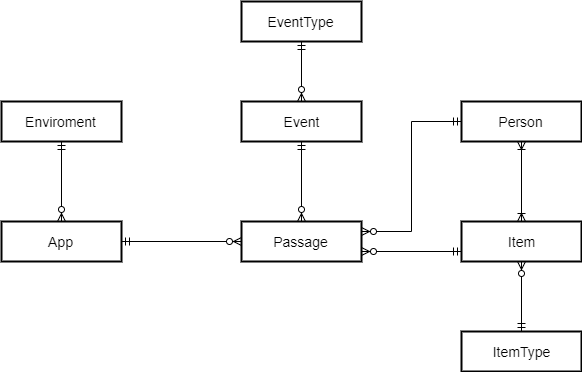
Above: documentation/models/db_model-ER.png in apm1005/TFG (draw.io), before the change. Source tidied: cells renumbered, new cells last; positions are measured from the earlier drawing's top-left corner, leaving out a move shared by most shapes. The source it was exported from:
```xml
<mxGraphModel background="#ffffff">
  <root>
    <mxCell id="0" />
    <mxCell id="1" parent="0" />
    <mxCell id="2" style="edgeStyle=orthogonalEdgeStyle;html=1;entryX=0.5;entryY=0;dashed=1;labelBackgroundColor=none;startArrow=ERmandOne;endArrow=ERoneToMany;fontFamily=Verdana;fontSize=12;align=left;" parent="1" edge="1">
      <mxGeometry relative="1" as="geometry">
        <mxPoint x="492" y="240" as="targetPoint" />
      </mxGeometry>
    </mxCell>
    <mxCell id="3" style="edgeStyle=orthogonalEdgeStyle;html=1;dashed=1;labelBackgroundColor=none;startArrow=ERmandOne;endArrow=ERoneToMany;fontFamily=Verdana;fontSize=12;align=left;entryX=0;entryY=0.5;" parent="1" edge="1">
      <mxGeometry relative="1" as="geometry">
        <mxPoint x="772" y="292" as="targetPoint" />
        <Array as="points">
          <mxPoint x="530" y="220" />
          <mxPoint x="650" y="220" />
          <mxPoint x="650" y="285" />
        </Array>
      </mxGeometry>
    </mxCell>
    <mxCell id="4" style="edgeStyle=orthogonalEdgeStyle;html=1;dashed=1;labelBackgroundColor=none;startArrow=ERmandOne;endArrow=ERoneToMany;fontFamily=Verdana;fontSize=12;align=left;" parent="1" edge="1">
      <mxGeometry relative="1" as="geometry">
        <mxPoint x="770" y="96" as="targetPoint" />
      </mxGeometry>
    </mxCell>
    <mxCell id="5" style="edgeStyle=orthogonalEdgeStyle;html=1;entryX=0.5;entryY=0;labelBackgroundColor=none;startArrow=ERmandOne;endArrow=ERoneToMany;fontFamily=Verdana;fontSize=12;align=left;dashed=1;" parent="1" edge="1">
      <mxGeometry relative="1" as="geometry">
        <mxPoint x="492" y="640" as="targetPoint" />
      </mxGeometry>
    </mxCell>
    <mxCell id="6" style="edgeStyle=orthogonalEdgeStyle;html=1;entryX=0.5;entryY=0;dashed=1;labelBackgroundColor=none;startArrow=ERmandOne;endArrow=ERoneToMany;fontFamily=Verdana;fontSize=12;align=left;" parent="1" edge="1">
      <mxGeometry relative="1" as="geometry">
        <mxPoint x="860" y="410" as="sourcePoint" />
      </mxGeometry>
    </mxCell>
    <mxCell id="7" style="edgeStyle=orthogonalEdgeStyle;rounded=0;jettySize=auto;html=1;exitX=0.5;exitY=1;exitDx=0;exitDy=0;entryX=0.5;entryY=0;entryDx=0;entryDy=0;startArrow=ERmandOne;startFill=0;endArrow=ERzeroToMany;endFill=1;" parent="1" edge="1" source="9" target="14">
      <mxGeometry relative="1" as="geometry" />
    </mxCell>
    <mxCell id="8" style="edgeStyle=orthogonalEdgeStyle;rounded=0;jettySize=auto;html=1;exitX=0.5;exitY=0;exitDx=0;exitDy=0;entryX=0.5;entryY=1;entryDx=0;entryDy=0;startArrow=ERzeroToMany;startFill=1;endArrow=ERmandOne;endFill=0;" parent="1" edge="1" source="9" target="13">
      <mxGeometry relative="1" as="geometry" />
    </mxCell>
    <mxCell id="9" value="Event" style="strokeWidth=2;whiteSpace=wrap;html=1;align=center;fontSize=14;" parent="1" vertex="1">
      <mxGeometry x="240" y="100" width="120" height="40" as="geometry" />
    </mxCell>
    <mxCell id="10" style="edgeStyle=orthogonalEdgeStyle;rounded=0;jettySize=auto;html=1;entryX=0;entryY=0.5;entryDx=0;entryDy=0;startArrow=ERmandOne;startFill=0;endArrow=ERzeroToMany;endFill=1;" parent="1" edge="1" source="12" target="14">
      <mxGeometry relative="1" as="geometry" />
    </mxCell>
    <mxCell id="11" style="edgeStyle=orthogonalEdgeStyle;rounded=0;jettySize=auto;html=1;exitX=0.5;exitY=0;exitDx=0;exitDy=0;entryX=0.5;entryY=1;entryDx=0;entryDy=0;startArrow=ERzeroToMany;startFill=1;endArrow=ERmandOne;endFill=0;" parent="1" edge="1" source="12" target="22">
      <mxGeometry relative="1" as="geometry" />
    </mxCell>
    <mxCell id="12" value="App" style="strokeWidth=2;whiteSpace=wrap;html=1;align=center;fontSize=14;" parent="1" vertex="1">
      <mxGeometry y="220" width="120" height="40" as="geometry" />
    </mxCell>
    <mxCell id="13" value="EventType" style="strokeWidth=2;whiteSpace=wrap;html=1;align=center;fontSize=14;" parent="1" vertex="1">
      <mxGeometry x="240" width="120" height="40" as="geometry" />
    </mxCell>
    <mxCell id="14" value="Passage" style="strokeWidth=2;whiteSpace=wrap;html=1;align=center;fontSize=14;" parent="1" vertex="1">
      <mxGeometry x="240" y="220" width="120" height="40" as="geometry" />
    </mxCell>
    <mxCell id="15" style="edgeStyle=orthogonalEdgeStyle;rounded=0;jettySize=auto;html=1;exitX=0.5;exitY=1;exitDx=0;exitDy=0;entryX=0.5;entryY=0;entryDx=0;entryDy=0;startArrow=ERzeroToMany;startFill=1;endArrow=ERmandOne;endFill=0;" parent="1" edge="1" source="17" target="21">
      <mxGeometry relative="1" as="geometry" />
    </mxCell>
    <mxCell id="16" style="edgeStyle=orthogonalEdgeStyle;rounded=0;jettySize=auto;html=1;exitX=0;exitY=0.75;exitDx=0;exitDy=0;entryX=1;entryY=0.75;entryDx=0;entryDy=0;startArrow=ERmandOne;startFill=0;endArrow=ERzeroToMany;endFill=1;" parent="1" edge="1" source="17" target="14">
      <mxGeometry relative="1" as="geometry" />
    </mxCell>
    <mxCell id="17" value="Item" style="strokeWidth=2;whiteSpace=wrap;html=1;align=center;fontSize=14;" parent="1" vertex="1">
      <mxGeometry x="460" y="220" width="120" height="40" as="geometry" />
    </mxCell>
    <mxCell id="18" style="edgeStyle=orthogonalEdgeStyle;rounded=0;jettySize=auto;html=1;exitX=0.5;exitY=1;exitDx=0;exitDy=0;entryX=0.5;entryY=0;entryDx=0;entryDy=0;startArrow=ERoneToMany;startFill=0;endArrow=ERoneToMany;endFill=0;" parent="1" edge="1" source="20" target="17">
      <mxGeometry relative="1" as="geometry" />
    </mxCell>
    <mxCell id="19" style="edgeStyle=orthogonalEdgeStyle;rounded=0;jettySize=auto;html=1;exitX=0;exitY=0.5;exitDx=0;exitDy=0;entryX=1;entryY=0.25;entryDx=0;entryDy=0;startArrow=ERmandOne;startFill=0;endArrow=ERzeroToMany;endFill=1;" parent="1" edge="1" source="20" target="14">
      <mxGeometry relative="1" as="geometry" />
    </mxCell>
    <mxCell id="20" value="Person" style="strokeWidth=2;whiteSpace=wrap;html=1;align=center;fontSize=14;" parent="1" vertex="1">
      <mxGeometry x="460" y="100" width="120" height="40" as="geometry" />
    </mxCell>
    <mxCell id="21" value="ItemType" style="strokeWidth=2;whiteSpace=wrap;html=1;align=center;fontSize=14;" parent="1" vertex="1">
      <mxGeometry x="460" y="330" width="120" height="40" as="geometry" />
    </mxCell>
    <mxCell id="22" value="Enviroment" style="strokeWidth=2;whiteSpace=wrap;html=1;align=center;fontSize=14;" parent="1" vertex="1">
      <mxGeometry y="100" width="120" height="40" as="geometry" />
    </mxCell>
  </root>
</mxGraphModel>
```
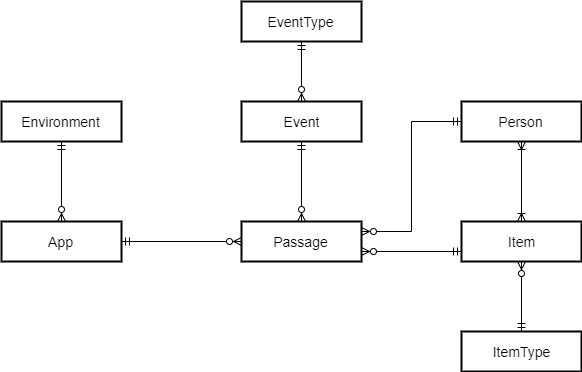
Above is the later version.

Diff of the diagram source:
```diff
@@ -77,7 +77,7 @@
     <mxCell id="21" value="ItemType" style="strokeWidth=2;whiteSpace=wrap;html=1;align=center;fontSize=14;" parent="1" vertex="1">
       <mxGeometry x="460" y="330" width="120" height="40" as="geometry" />
     </mxCell>
-    <mxCell id="22" value="Enviroment" style="strokeWidth=2;whiteSpace=wrap;html=1;align=center;fontSize=14;" parent="1" vertex="1">
+    <mxCell id="22" value="Environment" style="strokeWidth=2;whiteSpace=wrap;html=1;align=center;fontSize=14;" parent="1" vertex="1">
       <mxGeometry y="100" width="120" height="40" as="geometry" />
     </mxCell>
   </root>
```
